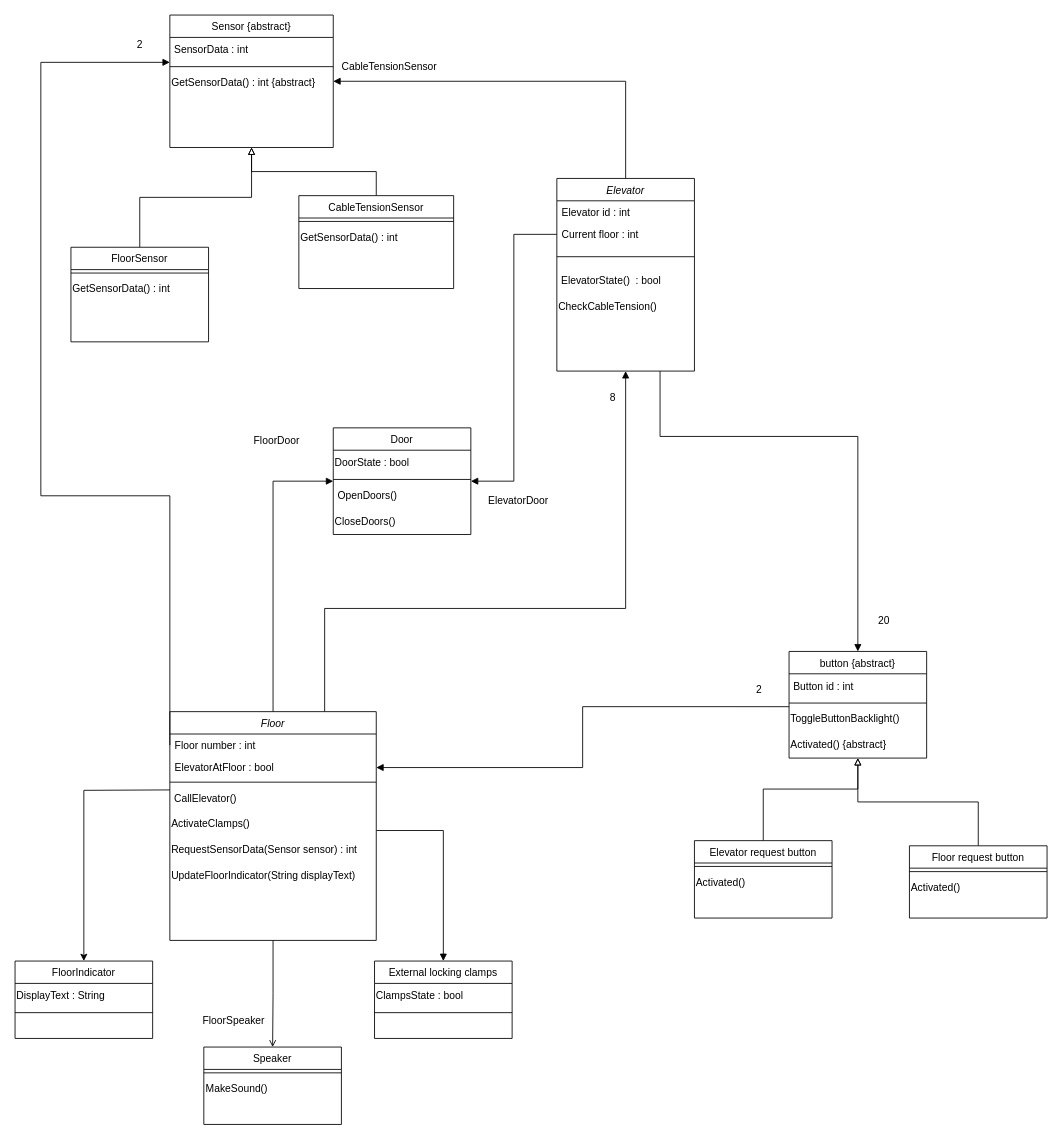
This is Sofware Design/Elevator Challenge/Klassendiagram elevator.drawio from TiemonS/Tiemon-Steeghs-Semester-3-Repository, a draw.io file, before an edit. Source tidied: cells renumbered, new cells numbered last; positions are measured from the earlier drawing's top-left corner, leaving out a move shared by most shapes. Both pictures are drawn from the tidied source at 86%, with x=0, y=0 at pixel (15, 15).
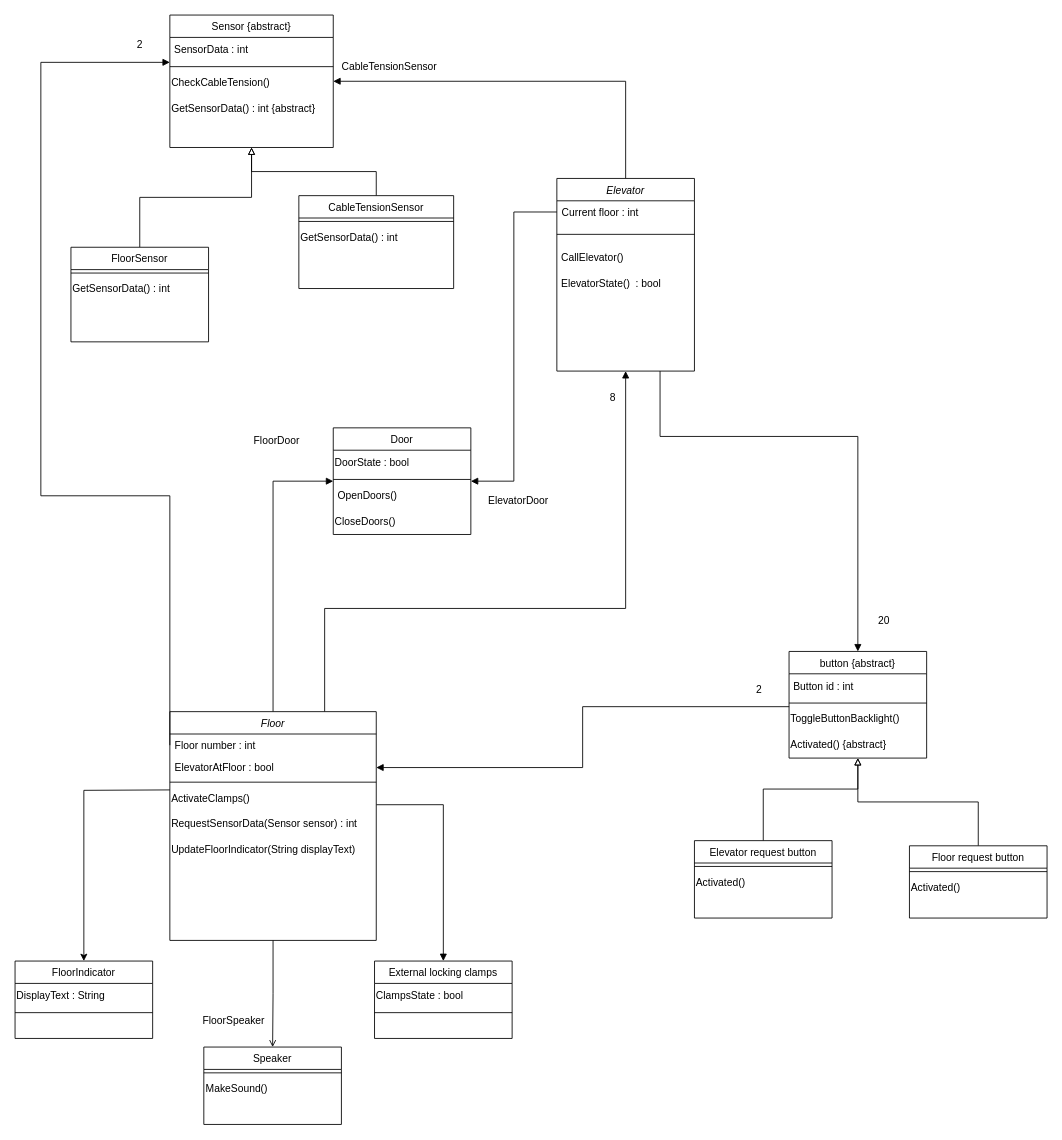
The same diagram, later.

Unchanged cells that the change refers to:
```xml
<mxCell id="4" value="Elevator" style="swimlane;fontStyle=2;align=center;verticalAlign=top;horizontal=1;startSize=26;rounded=0;shadow=0;strokeWidth=1;" parent="1" vertex="1">
  <mxGeometry x="630" y="190" width="160" height="224" as="geometry" />
</mxCell>
<mxCell id="26" value="Floor" style="swimlane;fontStyle=2;align=center;verticalAlign=top;horizontal=1;startSize=26;rounded=0;shadow=0;strokeWidth=1;" parent="1" vertex="1">
  <mxGeometry x="180" y="810" width="240" height="266" as="geometry" />
</mxCell>
<mxCell id="57" value="Sensor {abstract}" style="swimlane;fontStyle=0;align=center;verticalAlign=top;horizontal=1;startSize=26;rounded=0;shadow=0;strokeWidth=1;" parent="1" vertex="1">
  <mxGeometry x="180" width="190" height="154" as="geometry" />
</mxCell>
```

What changed in the source:
```diff
@@
-    <mxCell id="5" value="Elevator id : int" style="text;align=left;verticalAlign=top;spacingLeft=4;spacingRight=4;overflow=hidden;" parent="4" vertex="1">
-      <mxGeometry y="26" width="160" height="26" as="geometry" />
-    </mxCell>
     <mxCell id="6" value="Current floor : int" style="text;align=left;verticalAlign=top;spacingLeft=4;spacingRight=4;overflow=hidden;points=[[0,0.5],[1,0.5]];portConstraint=eastwest;" parent="4" vertex="1">
-      <mxGeometry y="52" width="160" height="26" as="geometry" />
+      <mxGeometry y="26" width="160" height="26" as="geometry" />
     </mxCell>
     <mxCell id="7" style="line;html=1;strokeWidth=1;align=left;verticalAlign=middle;spacingTop=-1;spacingLeft=3;spacingRight=3;labelPosition=right;" parent="4" vertex="1">
-      <mxGeometry y="78" width="160" height="26" as="geometry" />
+      <mxGeometry y="52" width="160" height="26" as="geometry" />
     </mxCell>
+    <mxCell id="30" value="&amp;nbsp;CallElevator()" style="text;html=1;strokeColor=none;fillColor=none;align=left;verticalAlign=middle;whiteSpace=wrap;rounded=0;" parent="4" vertex="1">
+      <mxGeometry y="78" width="160" height="30" as="geometry" />
+    </mxCell>
     <mxCell id="8" value="&amp;nbsp;ElevatorState()&amp;nbsp; : bool" style="text;html=1;strokeColor=none;fillColor=none;align=left;verticalAlign=middle;whiteSpace=wrap;rounded=0;" parent="4" vertex="1">
-      <mxGeometry y="104" width="160" height="30" as="geometry" />
+      <mxGeometry y="108" width="160" height="30" as="geometry" />
     </mxCell>
-    <mxCell id="9" value="CheckCableTension()" style="text;html=1;align=left;verticalAlign=middle;strokeColor=none;fillColor=none;" parent="4" vertex="1">
-      <mxGeometry y="134" width="160" height="30" as="geometry" />
-    </mxCell>
@@
-    <mxCell id="30" value="&amp;nbsp;CallElevator()" style="text;html=1;strokeColor=none;fillColor=none;align=left;verticalAlign=middle;whiteSpace=wrap;rounded=0;" parent="26" vertex="1">
-      <mxGeometry y="86" width="240" height="30" as="geometry" />
-    </mxCell>
     <mxCell id="31" value="ActivateClamps()" style="text;html=1;align=left;verticalAlign=middle;points=[];strokeColor=none;fillColor=none;" parent="26" vertex="1">
-      <mxGeometry y="116" width="240" height="30" as="geometry" />
+      <mxGeometry y="86" width="240" height="30" as="geometry" />
     </mxCell>
     <mxCell id="32" value="RequestSensorData(Sensor sensor) : int" style="text;html=1;align=left;verticalAlign=middle;strokeColor=none;fillColor=none;" parent="26" vertex="1">
-      <mxGeometry y="146" width="240" height="30" as="geometry" />
+      <mxGeometry y="116" width="240" height="30" as="geometry" />
     </mxCell>
     <mxCell id="33" value="UpdateFloorIndicator(String displayText)" style="text;html=1;align=left;verticalAlign=middle;strokeColor=none;fillColor=none;" parent="26" vertex="1">
-      <mxGeometry y="176" width="240" height="30" as="geometry" />
+      <mxGeometry y="146" width="240" height="30" as="geometry" />
     </mxCell>
@@
+    <mxCell id="9" value="CheckCableTension()" style="text;html=1;align=left;verticalAlign=middle;strokeColor=none;fillColor=none;" parent="57" vertex="1">
+      <mxGeometry y="64" width="190" height="30" as="geometry" />
+    </mxCell>
     <mxCell id="60" value="GetSensorData() : int {abstract}" style="text;html=1;align=left;verticalAlign=middle;strokeColor=none;fillColor=none;" parent="57" vertex="1">
-      <mxGeometry y="64" width="190" height="30" as="geometry" />
+      <mxGeometry y="94" width="190" height="30" as="geometry" />
     </mxCell>
```
